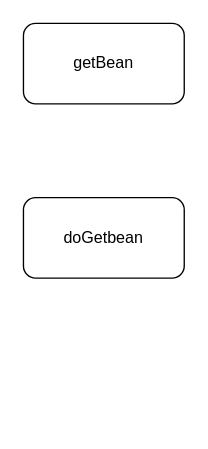
The draw.io diagram src/Untitled Diagram.drawio in qq675237434/ask, before the edit. Source tidied: cells renumbered, new cells numbered last; positions are measured from the earlier drawing's top-left corner, leaving out a move shared by most shapes. Both pictures are drawn from the tidied source at 134%, with x=0, y=0 at pixel (23, 23).
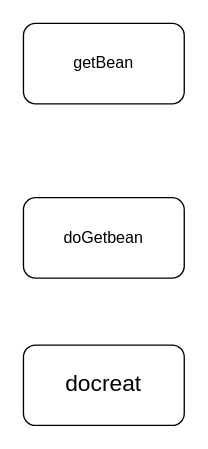
After the change.

Change to the diagram source:
```diff
@@
 <mxGraphModel>
   <root>
     <mxCell id="0" />
     <mxCell id="1" parent="0" />
     <mxCell id="2" value="getBean" style="rounded=1;whiteSpace=wrap;html=1;" parent="1" vertex="1">
       <mxGeometry width="120" height="60" as="geometry" />
     </mxCell>
     <mxCell id="3" value="doGetbean" style="rounded=1;whiteSpace=wrap;html=1;" parent="1" vertex="1">
       <mxGeometry y="130" width="120" height="60" as="geometry" />
     </mxCell>
+    <mxCell id="4" value="&lt;font style=&quot;font-size: 17px&quot;&gt;docreat&lt;/font&gt;" style="rounded=1;whiteSpace=wrap;html=1;" parent="1" vertex="1">
+      <mxGeometry y="240" width="120" height="60" as="geometry" />
+    </mxCell>
   </root>
 </mxGraphModel>
```
